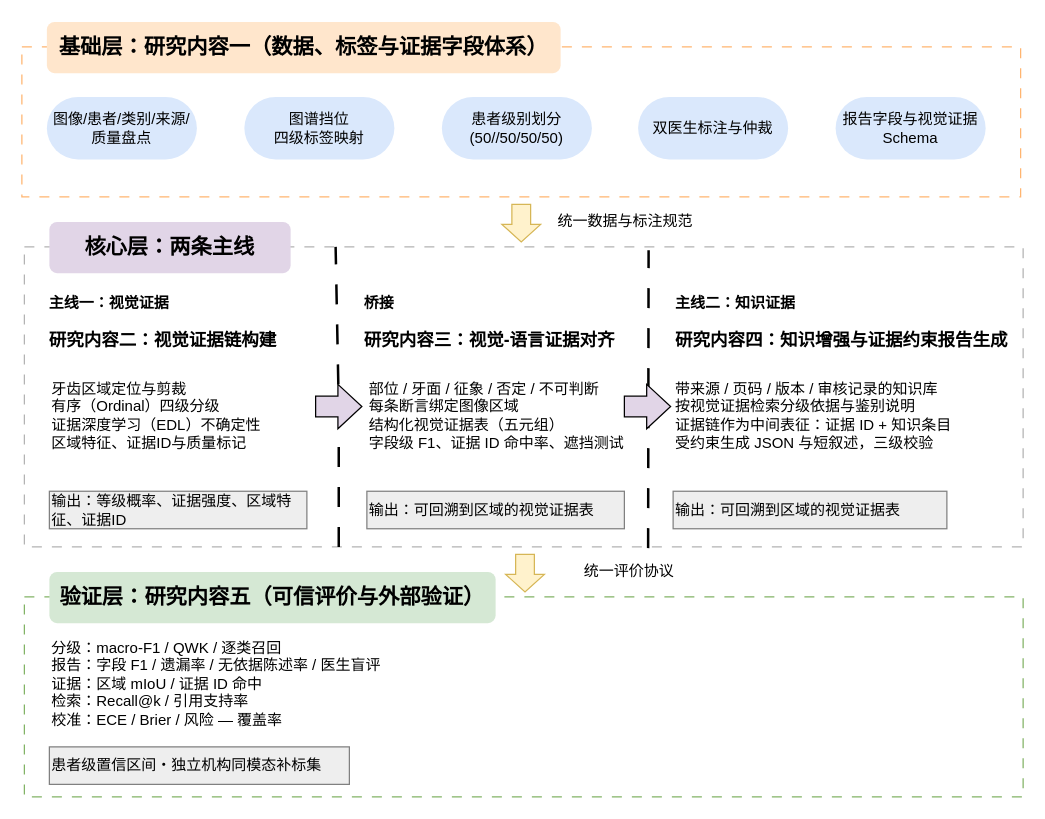
The draw.io diagram ThesisProposal/draft/开题报告-cc-v2/figures/图三研究内容.drawio in XiaoHG/medical-report-generation, before the edit. Source tidied: cells renumbered, new cells numbered last; positions are measured from the earlier drawing's top-left corner, leaving out a move shared by most shapes. Both pictures are drawn from the tidied source at 125%, with x=0, y=0 at pixel (21, 21).
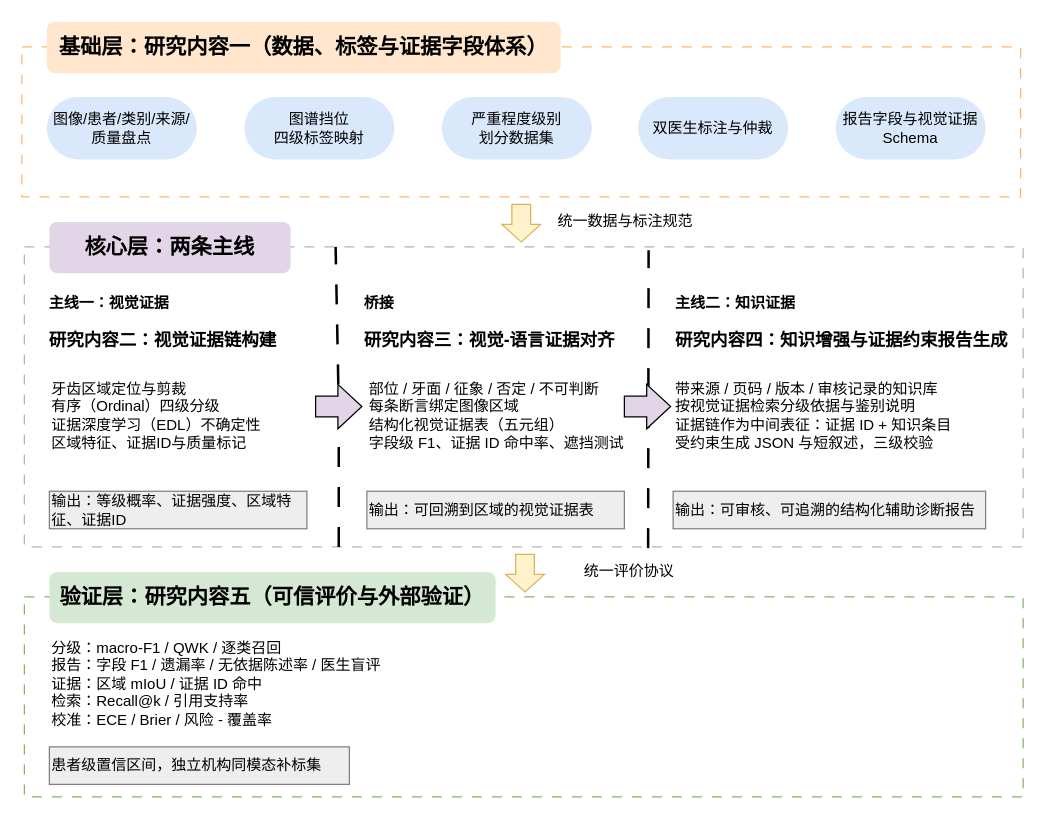
The same page after the edit.

Change to the diagram source:
```diff
@@
-    <mxCell id="5" value="患者级别划分&lt;br&gt;(50//50/50/50)" style="rounded=1;whiteSpace=wrap;html=1;arcSize=50;fillColor=#dae8fc;strokeColor=none;dashed=1;" parent="1" vertex="1">
+    <mxCell id="5" value="严重程度级别&lt;br&gt;划分数据集" style="rounded=1;whiteSpace=wrap;html=1;arcSize=50;fillColor=#dae8fc;strokeColor=none;dashed=1;" parent="1" vertex="1">
       <mxGeometry x="336" y="60" width="120" height="50" as="geometry" />
     </mxCell>
@@
-    <mxCell id="23" value="输出：可回溯到区域的视觉证据表" style="text;html=1;whiteSpace=wrap;strokeColor=#808080;fillColor=#eeeeee;align=left;verticalAlign=middle;rounded=0;" parent="1" vertex="1">
-      <mxGeometry x="521" y="375.5" width="219" height="30" as="geometry" />
+    <mxCell id="23" value="输出：可审核、可追溯的结构化辅助诊断报告" style="text;html=1;whiteSpace=wrap;strokeColor=#808080;fillColor=#eeeeee;align=left;verticalAlign=middle;rounded=0;" parent="1" vertex="1">
+      <mxGeometry x="521" y="375.5" width="250" height="30" as="geometry" />
     </mxCell>
@@
-    <mxCell id="32" value="分级：macro-F1 / QWK / 逐类召回&lt;br&gt;报告：字段 F1 / 遗漏率 / 无依据陈述率 / 医生盲评&lt;br&gt;证据：区域 mIoU / 证据 ID 命中&lt;br&gt;检索：Recall@k / 引用支持率&lt;br&gt;校准：ECE / Brier / 风险 — 覆盖率&lt;div style=&quot;color: rgb(31, 35, 41); font-style: normal; font-variant: normal; font-size-adjust: none; font-language-override: normal; font-kerning: auto; font-optical-sizing: auto; font-feature-settings: normal; font-variation-settings: normal; font-stretch: normal; font-family: ui-sans-serif, system-ui, sans-serif, &amp;quot;Apple Color Emoji&amp;quot;, &amp;quot;Segoe UI Emoji&amp;quot;, &amp;quot;Segoe UI Symbol&amp;quot;, &amp;quot;Noto Color Emoji&amp;quot;; font-size: 16px; line-height: 24px; flex: 0 1 auto; flex-direction: row; justify-content: normal; align-items: normal; padding: 0px; margin: 0px; background: none 0% 0% / auto repeat scroll padding-box border-box rgba(0, 0, 0, 0);&quot;&gt;&lt;/div&gt;&lt;div&gt;&lt;br/&gt;&lt;/div&gt;" style="text;html=1;whiteSpace=wrap;strokeColor=none;fillColor=none;align=left;verticalAlign=top;rounded=0;" parent="1" vertex="1">
+    <mxCell id="32" value="分级：macro-F1 / QWK / 逐类召回&lt;br&gt;报告：字段 F1 / 遗漏率 / 无依据陈述率 / 医生盲评&lt;br&gt;证据：区域 mIoU / 证据 ID 命中&lt;br&gt;检索：Recall@k / 引用支持率&lt;br&gt;校准：ECE / Brier / 风险 - 覆盖率&lt;div style=&quot;color: rgb(31, 35, 41); font-style: normal; font-variant: normal; font-size-adjust: none; font-language-override: normal; font-kerning: auto; font-optical-sizing: auto; font-feature-settings: normal; font-variation-settings: normal; font-stretch: normal; font-family: ui-sans-serif, system-ui, sans-serif, &amp;quot;Apple Color Emoji&amp;quot;, &amp;quot;Segoe UI Emoji&amp;quot;, &amp;quot;Segoe UI Symbol&amp;quot;, &amp;quot;Noto Color Emoji&amp;quot;; font-size: 16px; line-height: 24px; flex: 0 1 auto; flex-direction: row; justify-content: normal; align-items: normal; padding: 0px; margin: 0px; background: none 0% 0% / auto repeat scroll padding-box border-box rgba(0, 0, 0, 0);&quot;&gt;&lt;/div&gt;&lt;div&gt;&lt;br&gt;&lt;/div&gt;" style="text;html=1;whiteSpace=wrap;strokeColor=none;fillColor=none;align=left;verticalAlign=top;rounded=0;" parent="1" vertex="1">
       <mxGeometry x="22" y="487" width="749" height="87.5" as="geometry" />
     </mxCell>
-    <mxCell id="33" value="患者级置信区间・独立机构同模态补标集" style="text;html=1;whiteSpace=wrap;strokeColor=#808080;fillColor=#eeeeee;align=left;verticalAlign=middle;rounded=0;" parent="1" vertex="1">
+    <mxCell id="33" value="患者级置信区间，独立机构同模态补标集" style="text;html=1;whiteSpace=wrap;strokeColor=#808080;fillColor=#eeeeee;align=left;verticalAlign=middle;rounded=0;" parent="1" vertex="1">
       <mxGeometry x="22" y="580" width="240" height="30" as="geometry" />
     </mxCell>
```
